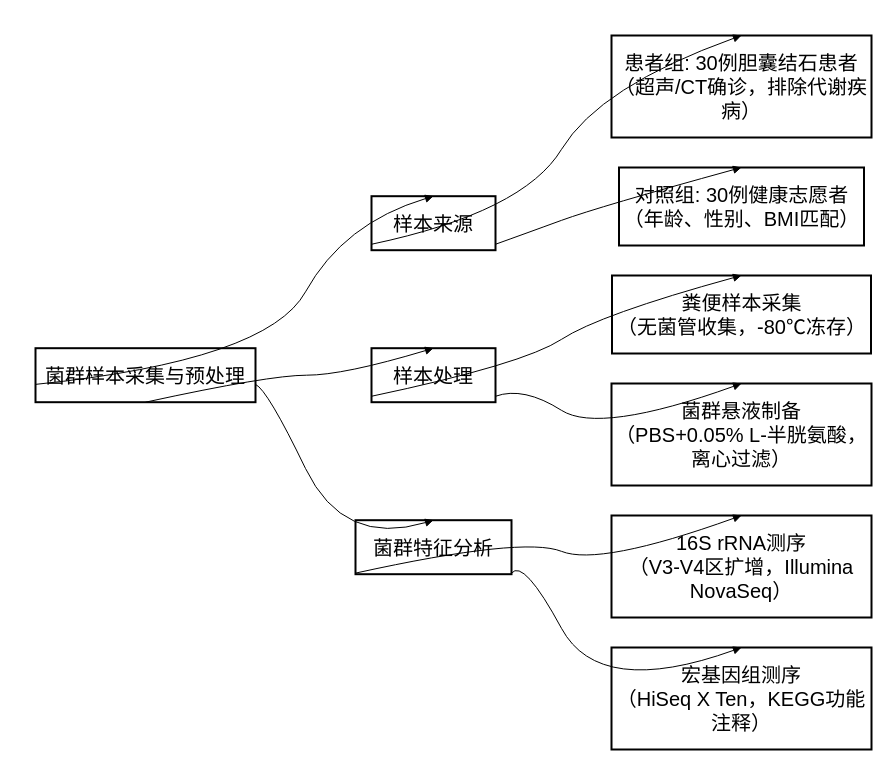
Before: 技术路线一.drawio in DavidWang2019/TEST, a draw.io diagram. Source tidied: cells renumbered, new cells numbered last; positions are measured from the earlier drawing's top-left corner, leaving out a move shared by most shapes. Both pictures are drawn from the tidied source at 100%, with x=0, y=0 at pixel (35, 35).
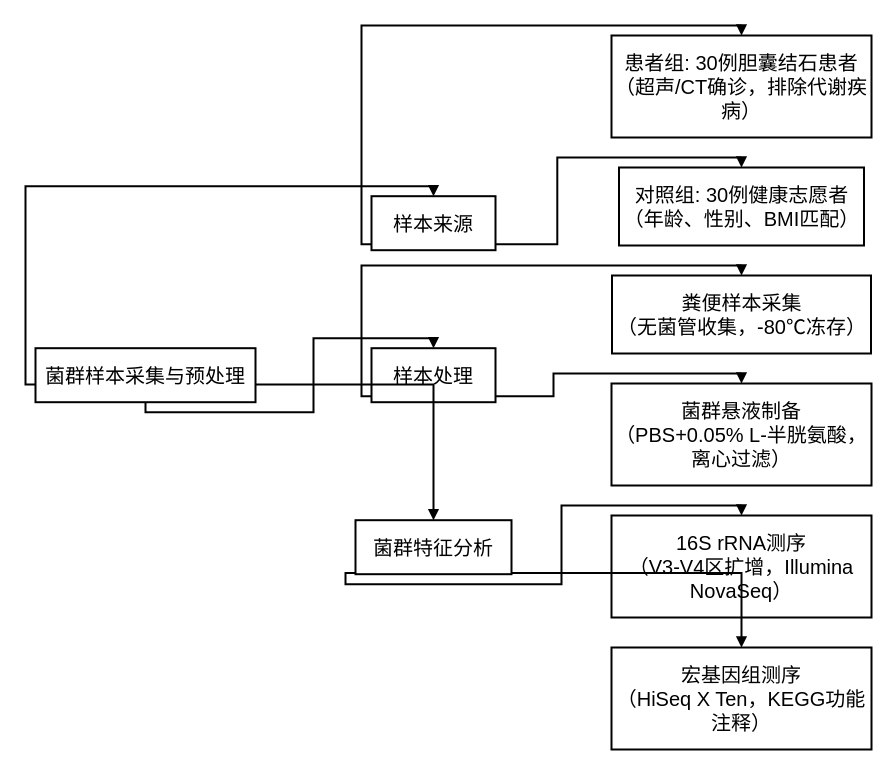
The same diagram, later.

Commit message:
更新技术路线1drawio

Unchanged cells that the change refers to:
```xml
<mxCell id="2" value="菌群样本采集与预处理" style="whiteSpace=wrap;strokeWidth=2;fontSize=20;" parent="1" vertex="1">
  <mxGeometry y="312.7" width="220" height="54" as="geometry" />
</mxCell>
<mxCell id="3" value="样本来源" style="whiteSpace=wrap;strokeWidth=2;fontSize=20;" parent="1" vertex="1">
  <mxGeometry x="336" y="160.7" width="124" height="54" as="geometry" />
</mxCell>
<mxCell id="4" value="样本处理" style="whiteSpace=wrap;strokeWidth=2;fontSize=20;" parent="1" vertex="1">
  <mxGeometry x="336" y="312.7" width="124" height="54" as="geometry" />
</mxCell>
<mxCell id="5" value="菌群特征分析" style="whiteSpace=wrap;strokeWidth=2;fontSize=20;" parent="1" vertex="1">
  <mxGeometry x="320" y="484.7" width="156" height="54" as="geometry" />
</mxCell>
<mxCell id="6" value="患者组: 30例胆囊结石患者&#10;（超声/CT确诊，排除代谢疾病）" style="whiteSpace=wrap;strokeWidth=2;fontSize=20;" parent="1" vertex="1">
  <mxGeometry x="576" width="260" height="102" as="geometry" />
</mxCell>
<mxCell id="7" value="对照组: 30例健康志愿者&#10;（年龄、性别、BMI匹配）" style="whiteSpace=wrap;strokeWidth=2;fontSize=20;" parent="1" vertex="1">
  <mxGeometry x="583.5" y="132" width="245" height="78" as="geometry" />
</mxCell>
<mxCell id="8" value="粪便样本采集&#10;（无菌管收集，-80℃冻存）" style="whiteSpace=wrap;strokeWidth=2;fontSize=20;" parent="1" vertex="1">
  <mxGeometry x="576.5" y="240" width="259" height="78" as="geometry" />
</mxCell>
<mxCell id="9" value="菌群悬液制备&#10;（PBS+0.05% L-半胱氨酸，离心过滤）" style="whiteSpace=wrap;strokeWidth=2;fontSize=20;" parent="1" vertex="1">
  <mxGeometry x="576" y="348" width="260" height="102" as="geometry" />
</mxCell>
<mxCell id="10" value="16S rRNA测序&#10;（V3-V4区扩增，Illumina NovaSeq）" style="whiteSpace=wrap;strokeWidth=2;fontSize=20;" parent="1" vertex="1">
  <mxGeometry x="576" y="480" width="260" height="102" as="geometry" />
</mxCell>
<mxCell id="11" value="宏基因组测序&#10;（HiSeq X Ten，KEGG功能注释）" style="whiteSpace=wrap;strokeWidth=2;fontSize=20;" parent="1" vertex="1">
  <mxGeometry x="576" y="612" width="260" height="102" as="geometry" />
</mxCell>
```

Diff of the diagram source:
```diff
@@
-    <mxCell id="12" style="curved=1;startArrow=none;endArrow=block;exitX=0;exitY=0.67;entryX=0.5;entryY=0;rounded=0;noEdgeStyle=1;orthogonal=1;fontSize=20;" parent="1" edge="1" source="2" target="3">
-      <mxGeometry relative="1" as="geometry">
-        <Array as="points">
-          <mxPoint x="232" y="325" />
-          <mxPoint x="308" y="187.7" />
-        </Array>
-      </mxGeometry>
+    <mxCell id="12" style="startArrow=none;endArrow=block;exitX=0;exitY=0.67;entryX=0.5;entryY=0;rounded=0;orthogonal=1;fontSize=20;edgeStyle=orthogonalEdgeStyle;strokeWidth=2;" parent="1" edge="1" source="2" target="3">
+      <mxGeometry relative="1" as="geometry" />
     </mxCell>
-    <mxCell id="13" style="curved=1;startArrow=none;endArrow=block;exitX=0.5;exitY=1;entryX=0.5;entryY=0;rounded=0;noEdgeStyle=1;orthogonal=1;fontSize=20;" parent="1" edge="1" source="2" target="4">
-      <mxGeometry relative="1" as="geometry">
-        <Array as="points">
-          <mxPoint x="234" y="339.7" />
-          <mxPoint x="308" y="339.7" />
-        </Array>
-      </mxGeometry>
+    <mxCell id="13" style="startArrow=none;endArrow=block;exitX=0.5;exitY=1;entryX=0.5;entryY=0;rounded=0;orthogonal=1;fontSize=20;edgeStyle=orthogonalEdgeStyle;strokeWidth=2;" parent="1" edge="1" source="2" target="4">
+      <mxGeometry relative="1" as="geometry" />
     </mxCell>
-    <mxCell id="14" style="curved=1;startArrow=none;endArrow=block;exitX=1;exitY=0.67;entryX=0.5;entryY=0;rounded=0;noEdgeStyle=1;orthogonal=1;fontSize=20;" parent="1" edge="1" source="2" target="5">
-      <mxGeometry relative="1" as="geometry">
-        <Array as="points">
-          <mxPoint x="232" y="354.3" />
-          <mxPoint x="308" y="511.7" />
-        </Array>
-      </mxGeometry>
+    <mxCell id="14" style="startArrow=none;endArrow=block;exitX=1;exitY=0.67;entryX=0.5;entryY=0;rounded=0;orthogonal=1;fontSize=20;edgeStyle=orthogonalEdgeStyle;strokeWidth=2;" parent="1" edge="1" source="2" target="5">
+      <mxGeometry relative="1" as="geometry" />
     </mxCell>
-    <mxCell id="15" style="curved=1;startArrow=none;endArrow=block;exitX=0;exitY=0.89;entryX=0.5;entryY=0;rounded=0;noEdgeStyle=1;orthogonal=1;fontSize=20;" parent="1" edge="1" source="3" target="6">
-      <mxGeometry relative="1" as="geometry">
-        <Array as="points">
-          <mxPoint x="488" y="176.7" />
-          <mxPoint x="564" y="51" />
-        </Array>
-      </mxGeometry>
+    <mxCell id="15" style="startArrow=none;endArrow=block;exitX=0;exitY=0.89;entryX=0.5;entryY=0;rounded=0;orthogonal=1;fontSize=20;edgeStyle=orthogonalEdgeStyle;strokeWidth=2;" parent="1" edge="1" source="3" target="6">
+      <mxGeometry relative="1" as="geometry" />
     </mxCell>
-    <mxCell id="16" style="curved=1;startArrow=none;endArrow=block;exitX=1;exitY=0.89;entryX=0.5;entryY=0;rounded=0;noEdgeStyle=1;orthogonal=1;fontSize=20;" parent="1" edge="1" source="3" target="7">
-      <mxGeometry relative="1" as="geometry">
-        <Array as="points">
-          <mxPoint x="488" y="198.7" />
-          <mxPoint x="564" y="171" />
-        </Array>
-      </mxGeometry>
+    <mxCell id="16" style="startArrow=none;endArrow=block;exitX=1;exitY=0.89;entryX=0.5;entryY=0;rounded=0;orthogonal=1;fontSize=20;edgeStyle=orthogonalEdgeStyle;strokeWidth=2;" parent="1" edge="1" source="3" target="7">
+      <mxGeometry relative="1" as="geometry" />
     </mxCell>
-    <mxCell id="17" style="curved=1;startArrow=none;endArrow=block;exitX=0;exitY=0.89;entryX=0.5;entryY=0;rounded=0;noEdgeStyle=1;orthogonal=1;fontSize=20;" parent="1" edge="1" source="4" target="8">
-      <mxGeometry relative="1" as="geometry">
-        <Array as="points">
-          <mxPoint x="488" y="328.7" />
-          <mxPoint x="564" y="279" />
-        </Array>
-      </mxGeometry>
+    <mxCell id="17" style="startArrow=none;endArrow=block;exitX=0;exitY=0.89;entryX=0.5;entryY=0;rounded=0;orthogonal=1;fontSize=20;edgeStyle=orthogonalEdgeStyle;strokeWidth=2;" parent="1" edge="1" source="4" target="8">
+      <mxGeometry relative="1" as="geometry" />
     </mxCell>
-    <mxCell id="18" style="curved=1;startArrow=none;endArrow=block;exitX=1;exitY=0.89;entryX=0.5;entryY=0;rounded=0;noEdgeStyle=1;orthogonal=1;fontSize=20;" parent="1" edge="1" source="4" target="9">
-      <mxGeometry relative="1" as="geometry">
-        <Array as="points">
-          <mxPoint x="488" y="350.7" />
-          <mxPoint x="564" y="399" />
-        </Array>
-      </mxGeometry>
+    <mxCell id="18" style="startArrow=none;endArrow=block;exitX=1;exitY=0.89;entryX=0.5;entryY=0;rounded=0;orthogonal=1;fontSize=20;edgeStyle=orthogonalEdgeStyle;strokeWidth=2;" parent="1" edge="1" source="4" target="9">
+      <mxGeometry relative="1" as="geometry" />
     </mxCell>
-    <mxCell id="19" style="curved=1;startArrow=none;endArrow=block;exitX=0;exitY=0.98;entryX=0.5;entryY=0;rounded=0;noEdgeStyle=1;orthogonal=1;fontSize=20;" parent="1" edge="1" source="5" target="10">
-      <mxGeometry relative="1" as="geometry">
-        <Array as="points">
-          <mxPoint x="488" y="500.7" />
-          <mxPoint x="564" y="531" />
-        </Array>
-      </mxGeometry>
+    <mxCell id="19" style="startArrow=none;endArrow=block;exitX=0;exitY=0.98;entryX=0.5;entryY=0;rounded=0;orthogonal=1;fontSize=20;edgeStyle=orthogonalEdgeStyle;strokeWidth=2;" parent="1" edge="1" source="5" target="10">
+      <mxGeometry relative="1" as="geometry" />
     </mxCell>
-    <mxCell id="20" style="curved=1;startArrow=none;endArrow=block;exitX=1;exitY=0.98;entryX=0.5;entryY=0;rounded=0;noEdgeStyle=1;orthogonal=1;fontSize=20;" parent="1" edge="1" source="5" target="11">
-      <mxGeometry relative="1" as="geometry">
-        <Array as="points">
-          <mxPoint x="488" y="522.7" />
-          <mxPoint x="564" y="663" />
-        </Array>
-      </mxGeometry>
+    <mxCell id="20" style="startArrow=none;endArrow=block;exitX=1;exitY=0.98;entryX=0.5;entryY=0;rounded=0;orthogonal=1;fontSize=20;edgeStyle=orthogonalEdgeStyle;strokeWidth=2;" parent="1" edge="1" source="5" target="11">
+      <mxGeometry relative="1" as="geometry" />
     </mxCell>
```
